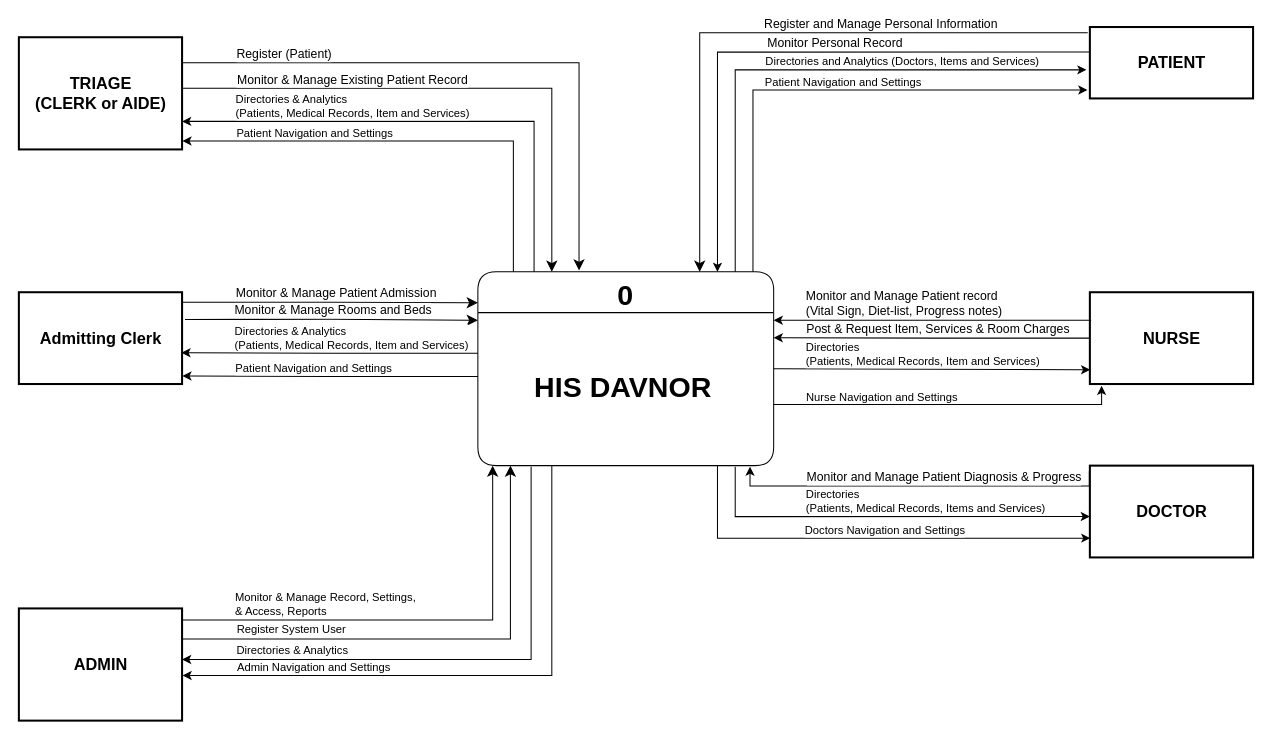
This is page "CFD" (4 of 7) of ActivityDiagram.git.drawio from ediangca/DAVNORHIS-Diagram, a draw.io file, before an edit. Source tidied: cells renumbered, new cells numbered last; positions are measured from the earlier drawing's top-left corner, leaving out a move shared by most shapes. Both pictures are drawn from the tidied source at 102%, with x=0, y=0 at pixel (18, 27).
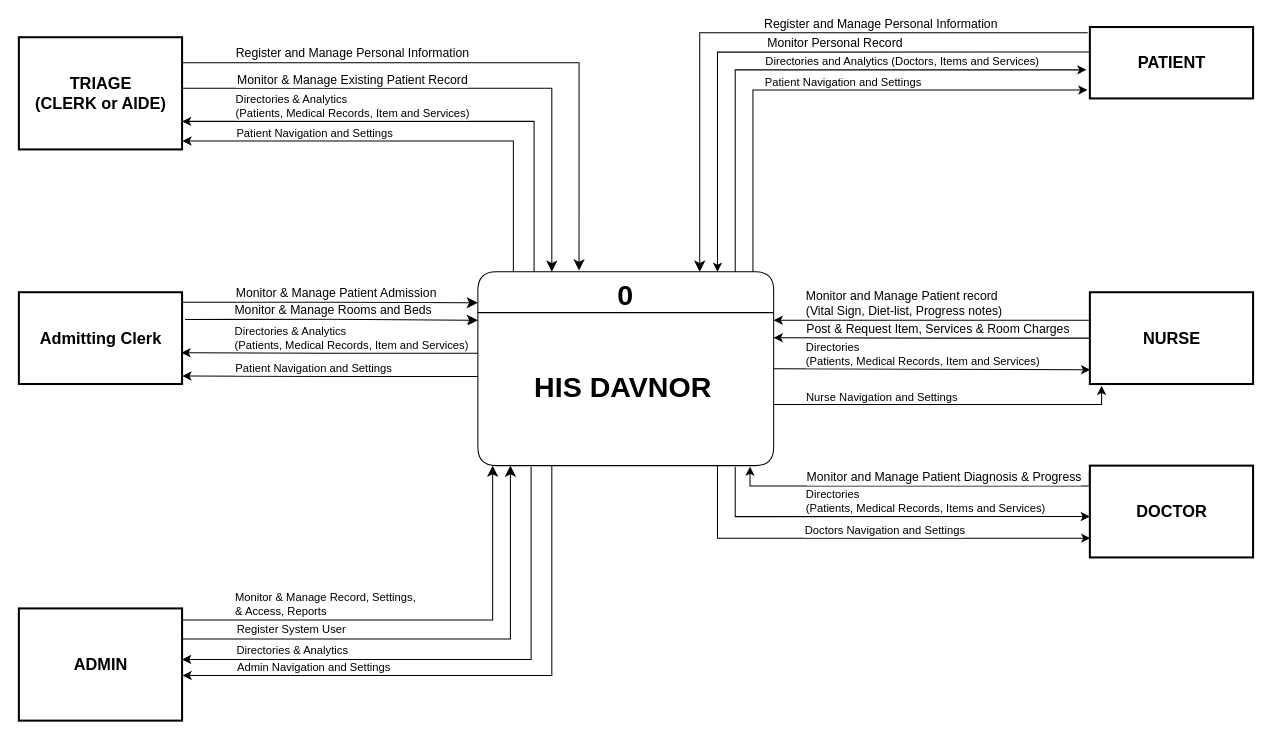
Above is the later version.

The change refers to these unchanged cells:
```xml
<mxCell id="2" style="edgeStyle=orthogonalEdgeStyle;rounded=0;jettySize=auto;html=1;fontSize=12;startSize=8;endSize=8;exitX=1;exitY=0.25;exitDx=0;exitDy=0;entryX=0.342;entryY=-0.007;entryDx=0;entryDy=0;entryPerimeter=0;" parent="1" edge="1" source="4" target="21">
  <mxGeometry relative="1" as="geometry">
    <Array as="points">
      <mxPoint x="549" y="35" />
    </Array>
  </mxGeometry>
</mxCell>
```

Diff of the diagram source:
```diff
@@
-    <mxCell id="3" value="&lt;span style=&quot;font-size: 12px;&quot;&gt;Register (Patient)&lt;/span&gt;" style="edgeLabel;html=1;align=center;verticalAlign=middle;fontSize=12;" parent="2" vertex="1">
+    <mxCell id="3" value="Register and Manage Personal Information" style="edgeLabel;html=1;align=center;verticalAlign=middle;fontSize=12;" parent="2" vertex="1">
       <mxGeometry x="-0.82" y="2" relative="1" as="geometry">
-        <mxPoint x="48" y="-7" as="offset" />
+        <mxPoint x="115" y="-8" as="offset" />
       </mxGeometry>
     </mxCell>
```
